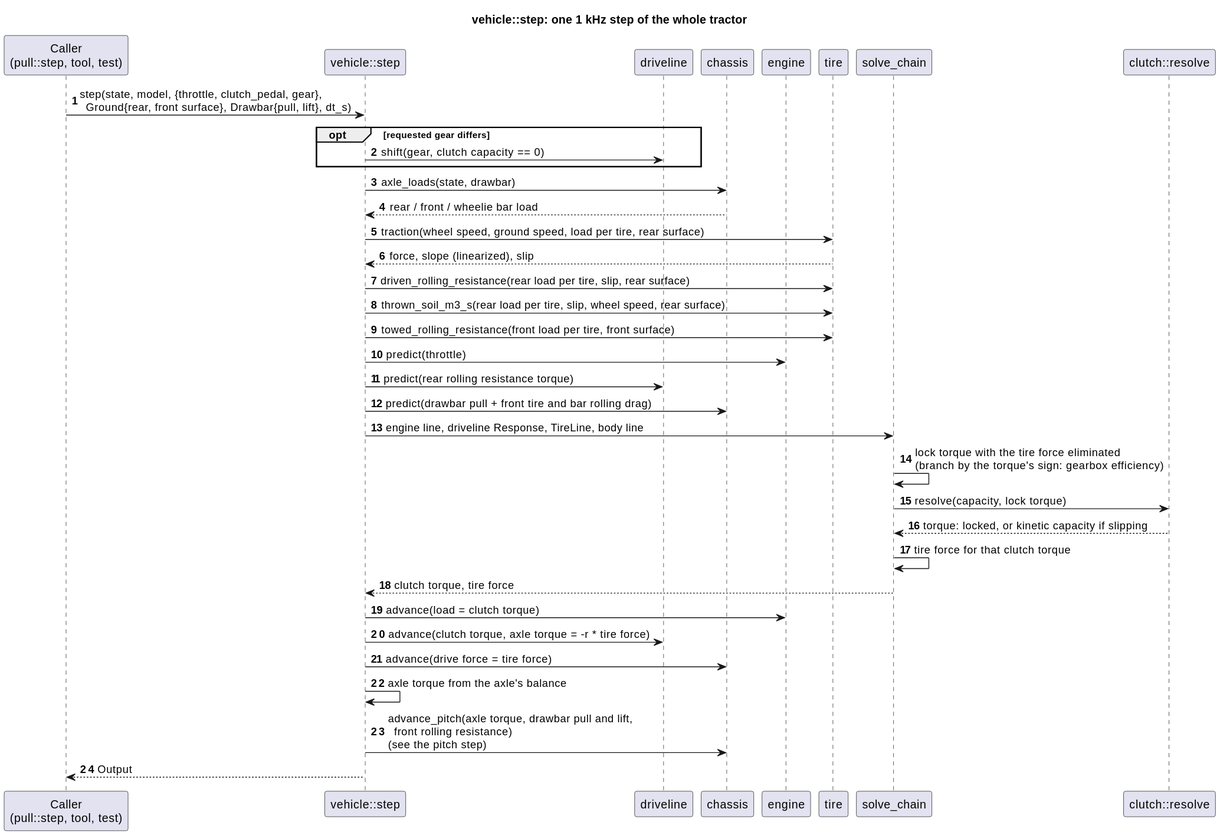
Earlier version of the PlantUML export docs/diagrams/svg/vehicle_step_sequence.svg (wversteeg/TractorPulling). Its diagram source:
```plantuml
@startuml
title vehicle::step: one 1 kHz step of the whole tractor
autonumber
participant "Caller\n(pull::step, tool, test)" as Caller
participant "vehicle::step" as Step
participant "driveline" as Driveline
participant "chassis" as Chassis
participant "engine" as Engine
participant "tire" as Tire
participant "solve_chain" as Solve
participant "clutch::resolve" as Clutch

Caller -> Step : step(state, model, {throttle, clutch_pedal, gear},\n  Ground{rear, front surface}, Drawbar{pull, lift}, dt_s)
opt requested gear differs
  Step -> Driveline : shift(gear, clutch capacity == 0)
end
Step -> Chassis : axle_loads(state, drawbar)
Chassis --> Step : rear / front / wheelie bar load
Step -> Tire : traction(wheel speed, ground speed, load per tire, rear surface)
Tire --> Step : force, slope (linearized), slip
Step -> Tire : driven_rolling_resistance(rear load per tire, slip, rear surface)
Step -> Tire : thrown_soil_m3_s(rear load per tire, slip, wheel speed, rear surface)
Step -> Tire : towed_rolling_resistance(front load per tire, front surface)
Step -> Engine : predict(throttle)
Step -> Driveline : predict(rear rolling resistance torque)
Step -> Chassis : predict(drawbar pull + front tire and bar rolling drag)
Step -> Solve : engine line, driveline Response, TireLine, body line
Solve -> Solve : lock torque with the tire force eliminated\n(branch by the torque's sign: gearbox efficiency)
Solve -> Clutch : resolve(capacity, lock torque)
Clutch --> Solve : torque: locked, or kinetic capacity if slipping
Solve -> Solve : tire force for that clutch torque
Solve --> Step : clutch torque, tire force
Step -> Engine : advance(load = clutch torque)
Step -> Driveline : advance(clutch torque, axle torque = -r * tire force)
Step -> Chassis : advance(drive force = tire force)
Step -> Step : axle torque from the axle's balance
Step -> Chassis : advance_pitch(axle torque, drawbar pull and lift,\n  front rolling resistance)\n(see the pitch step)
Step --> Caller : Output
@enduml
```
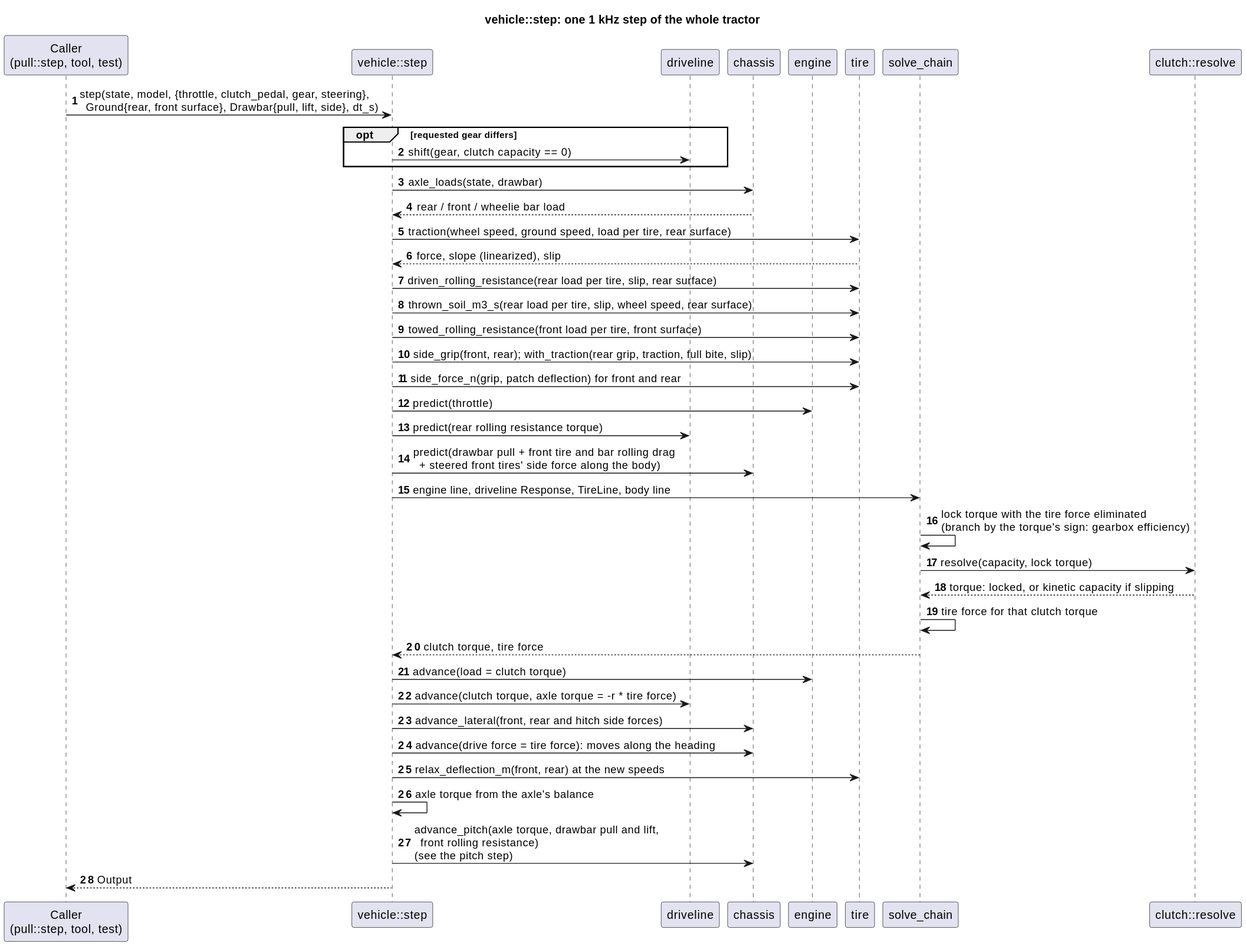
The same file after the commit.

The edit, as a diff of the source:
```diff
@@ -10,7 +10,7 @@
 participant "solve_chain" as Solve
 participant "clutch::resolve" as Clutch
 
-Caller -> Step : step(state, model, {throttle, clutch_pedal, gear},\n  Ground{rear, front surface}, Drawbar{pull, lift}, dt_s)
+Caller -> Step : step(state, model, {throttle, clutch_pedal, gear, steering},\n  Ground{rear, front surface}, Drawbar{pull, lift, side}, dt_s)
 opt requested gear differs
   Step -> Driveline : shift(gear, clutch capacity == 0)
 end
@@ -21,9 +21,11 @@
 Step -> Tire : driven_rolling_resistance(rear load per tire, slip, rear surface)
 Step -> Tire : thrown_soil_m3_s(rear load per tire, slip, wheel speed, rear surface)
 Step -> Tire : towed_rolling_resistance(front load per tire, front surface)
+Step -> Tire : side_grip(front, rear); with_traction(rear grip, traction, full bite, slip)
+Step -> Tire : side_force_n(grip, patch deflection) for front and rear
 Step -> Engine : predict(throttle)
 Step -> Driveline : predict(rear rolling resistance torque)
-Step -> Chassis : predict(drawbar pull + front tire and bar rolling drag)
+Step -> Chassis : predict(drawbar pull + front tire and bar rolling drag\n  + steered front tires' side force along the body)
 Step -> Solve : engine line, driveline Response, TireLine, body line
 Solve -> Solve : lock torque with the tire force eliminated\n(branch by the torque's sign: gearbox efficiency)
 Solve -> Clutch : resolve(capacity, lock torque)
@@ -32,7 +34,9 @@
 Solve --> Step : clutch torque, tire force
 Step -> Engine : advance(load = clutch torque)
 Step -> Driveline : advance(clutch torque, axle torque = -r * tire force)
-Step -> Chassis : advance(drive force = tire force)
+Step -> Chassis : advance_lateral(front, rear and hitch side forces)
+Step -> Chassis : advance(drive force = tire force): moves along the heading
+Step -> Tire : relax_deflection_m(front, rear) at the new speeds
 Step -> Step : axle torque from the axle's balance
 Step -> Chassis : advance_pitch(axle torque, drawbar pull and lift,\n  front rolling resistance)\n(see the pitch step)
 Step --> Caller : Output
```
